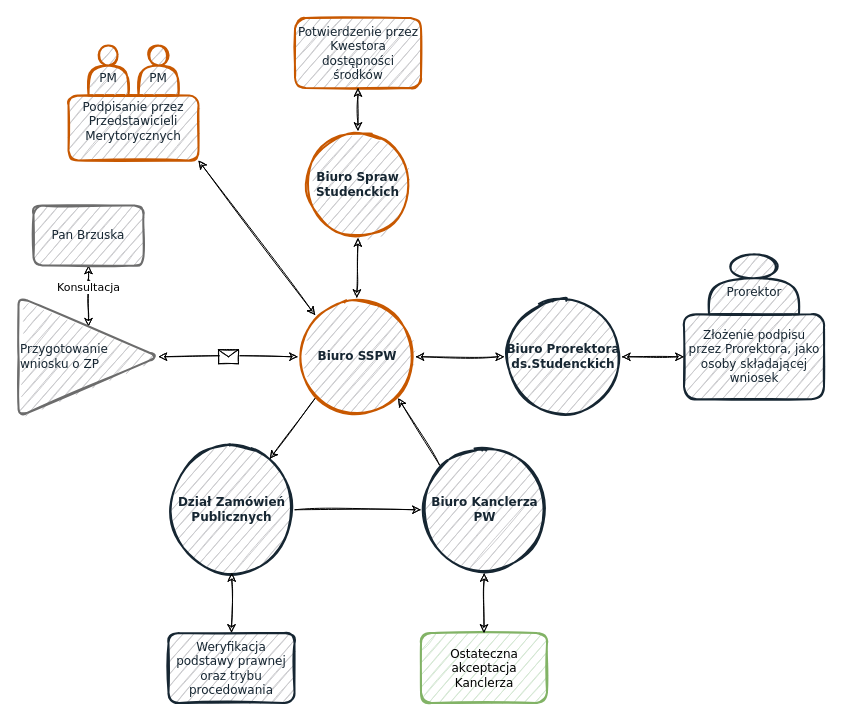
Earlier version of the draw.io diagram Copy of Rysunek ZP.drawio (WelfareUnit/rysunki). Source tidied: cells renumbered, new cells numbered last; positions are measured from the earlier drawing's top-left corner, leaving out a move shared by most shapes. Both pictures are drawn from the tidied source at 100%, with x=0, y=0 at pixel (18, 17).
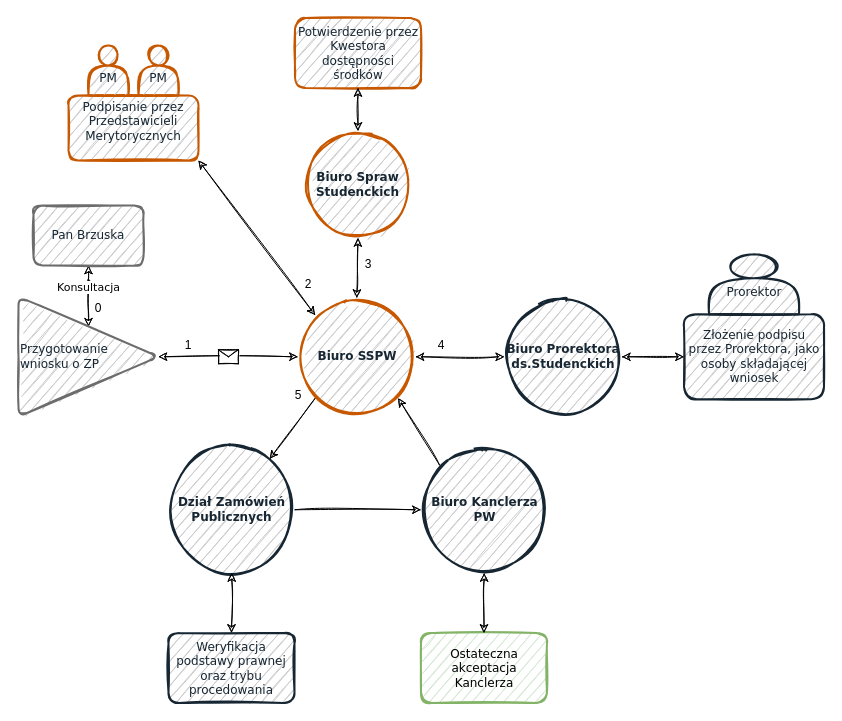
The same page after the edit.

The edit, as a diff of the source:
```diff
@@
+    <mxCell id="30" value="1" style="text;html=1;strokeColor=none;fillColor=none;align=center;verticalAlign=middle;whiteSpace=wrap;rounded=0;" parent="1" vertex="1">
+      <mxGeometry x="150" y="318" width="40" height="20" as="geometry" />
+    </mxCell>
+    <mxCell id="31" value="0" style="text;html=1;strokeColor=none;fillColor=none;align=center;verticalAlign=middle;whiteSpace=wrap;rounded=0;" parent="1" vertex="1">
+      <mxGeometry x="60" y="280.5" width="40" height="20" as="geometry" />
+    </mxCell>
+    <mxCell id="32" value="2" style="text;html=1;strokeColor=none;fillColor=none;align=center;verticalAlign=middle;whiteSpace=wrap;rounded=0;" parent="1" vertex="1">
+      <mxGeometry x="270" y="256.8" width="40" height="20" as="geometry" />
+    </mxCell>
+    <mxCell id="33" value="3" style="text;html=1;strokeColor=none;fillColor=none;align=center;verticalAlign=middle;whiteSpace=wrap;rounded=0;" parent="1" vertex="1">
+      <mxGeometry x="330" y="236.8" width="40" height="20" as="geometry" />
+    </mxCell>
+    <mxCell id="34" value="4" style="text;html=1;strokeColor=none;fillColor=none;align=center;verticalAlign=middle;whiteSpace=wrap;rounded=0;" parent="1" vertex="1">
+      <mxGeometry x="402.5" y="318" width="40" height="20" as="geometry" />
+    </mxCell>
+    <mxCell id="35" value="5" style="text;html=1;strokeColor=none;fillColor=none;align=center;verticalAlign=middle;whiteSpace=wrap;rounded=0;" parent="1" vertex="1">
+      <mxGeometry x="260" y="368" width="40" height="20" as="geometry" />
+    </mxCell>
```
